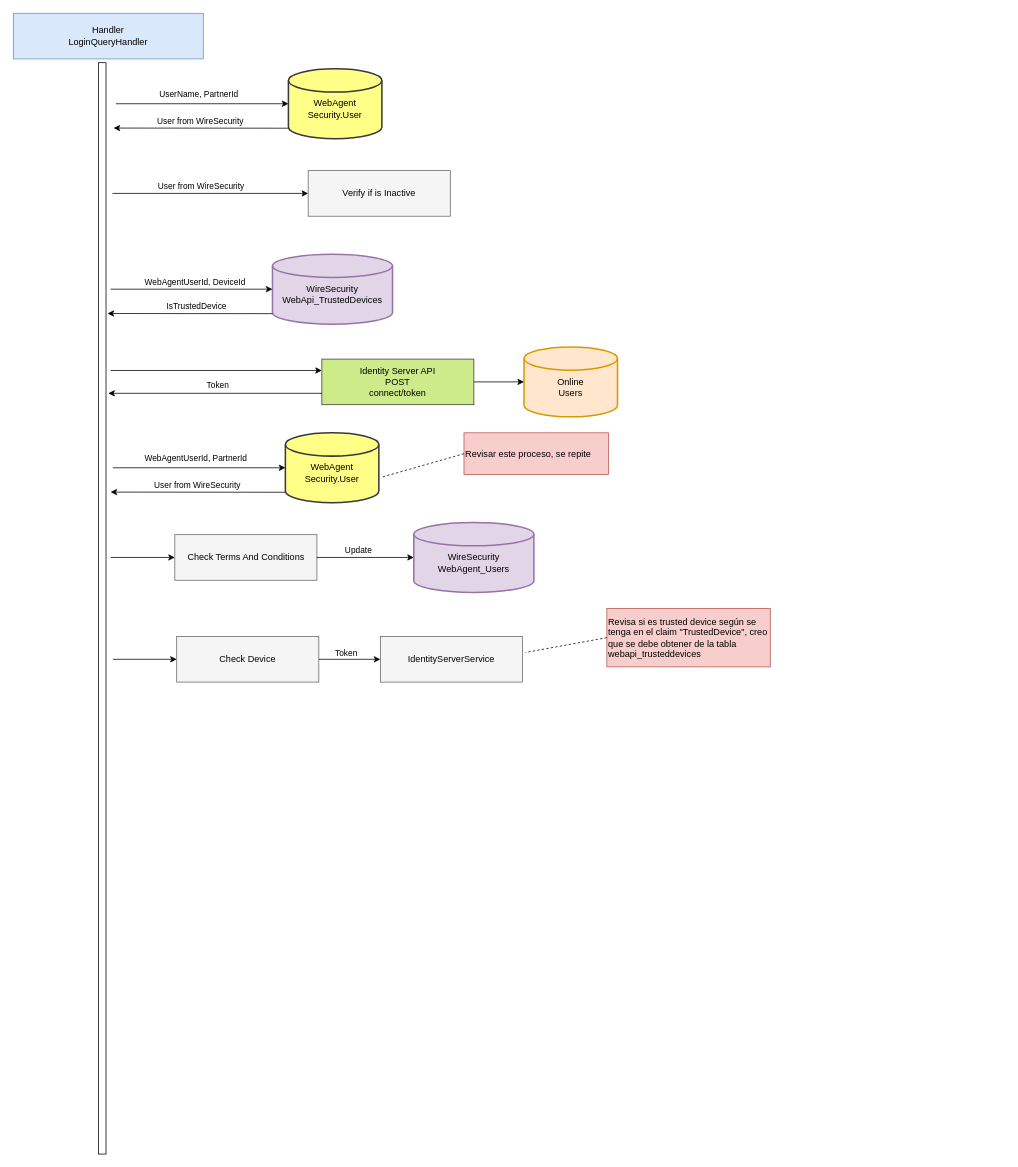
Before: user-api-post-api-auth-login.drawio in notariopablomarcelo/intermex, a draw.io diagram. Source tidied: cells renumbered, new cells numbered last; positions are measured from the earlier drawing's top-left corner, leaving out a move shared by most shapes. Both pictures are drawn from the tidied source at 76%, with x=0, y=0 at pixel (13, 13).
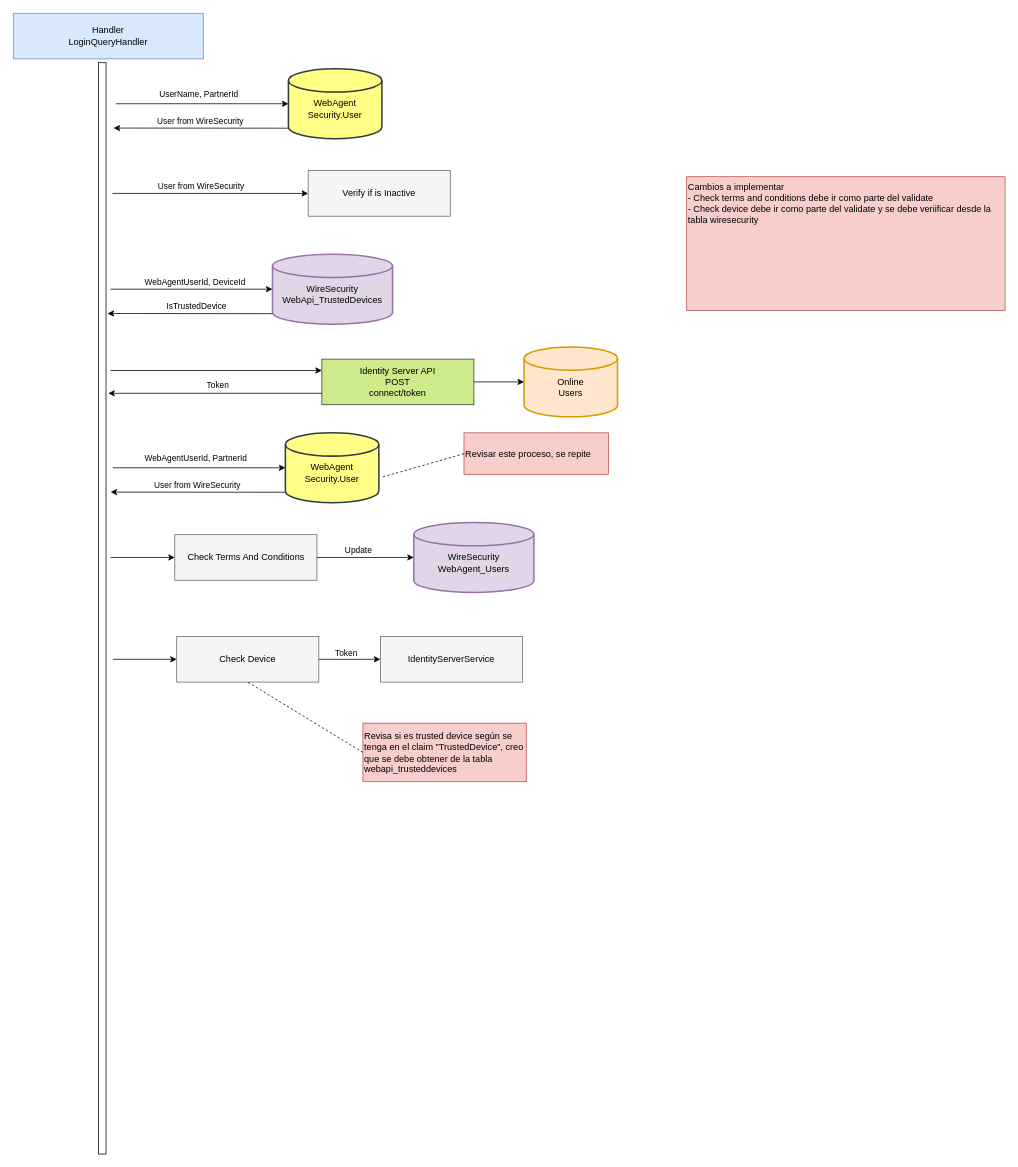
After the change.

The change refers to these unchanged cells:
```xml
<mxCell id="25" value="&lt;font color=&quot;#000000&quot;&gt;Check Device&lt;br&gt;&lt;/font&gt;" style="rounded=0;whiteSpace=wrap;html=1;fillColor=#f5f5f5;strokeColor=#666666;fontColor=#333333;" parent="1" vertex="1">
  <mxGeometry x="215" y="820" width="187" height="60" as="geometry" />
</mxCell>
```

Diff of the diagram source:
```diff
@@
     <mxCell id="27" value="Revisa si es trusted device según se tenga en el claim &quot;TrustedDevice&quot;, creo que se debe obtener de la tabla webapi_trusteddevices" style="text;html=1;strokeColor=#b85450;fillColor=#f8cecc;align=left;verticalAlign=middle;whiteSpace=wrap;rounded=0;" parent="1" vertex="1">
-      <mxGeometry x="781" y="783" width="215" height="77" as="geometry" />
+      <mxGeometry x="460" y="934" width="215" height="77" as="geometry" />
     </mxCell>
-    <mxCell id="28" style="endArrow=none;dashed=1;html=1;rounded=0;exitX=0;exitY=0.5;exitDx=0;exitDy=0;" parent="1" edge="1" source="27">
-      <mxGeometry relative="1" as="geometry">
-        <mxPoint x="674" y="841" as="targetPoint" />
-      </mxGeometry>
+    <mxCell id="28" style="endArrow=none;dashed=1;html=1;rounded=0;exitX=0;exitY=0.5;exitDx=0;exitDy=0;entryX=0.5;entryY=1;entryDx=0;entryDy=0;" parent="1" edge="1" source="27" target="25">
+      <mxGeometry relative="1" as="geometry" />
     </mxCell>
@@
+    <mxCell id="42" value="Cambios a implementar&lt;br&gt;- Check terms and conditions debe ir como parte del validate&lt;br&gt;- Check device debe ir como parte del validate y se debe veriificar desde la tabla wiresecurity" style="text;html=1;strokeColor=#b85450;fillColor=#f8cecc;align=left;verticalAlign=top;whiteSpace=wrap;rounded=0;" parent="1" vertex="1">
+      <mxGeometry x="886" y="215" width="419" height="176" as="geometry" />
+    </mxCell>
```
